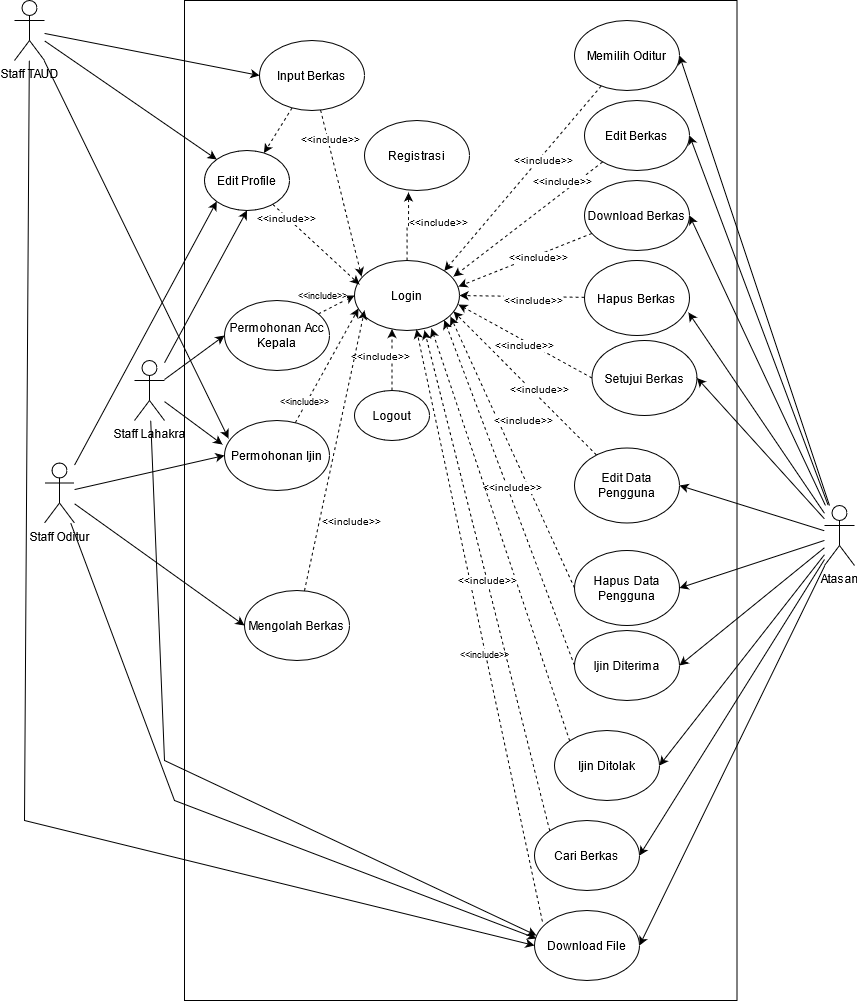
Earlier version of the draw.io export staff/Use Case Diagram.png (vincent322/Diagram). Source tidied: cells renumbered, new cells last; positions are measured from the earlier drawing's top-left corner, leaving out a move shared by most shapes.
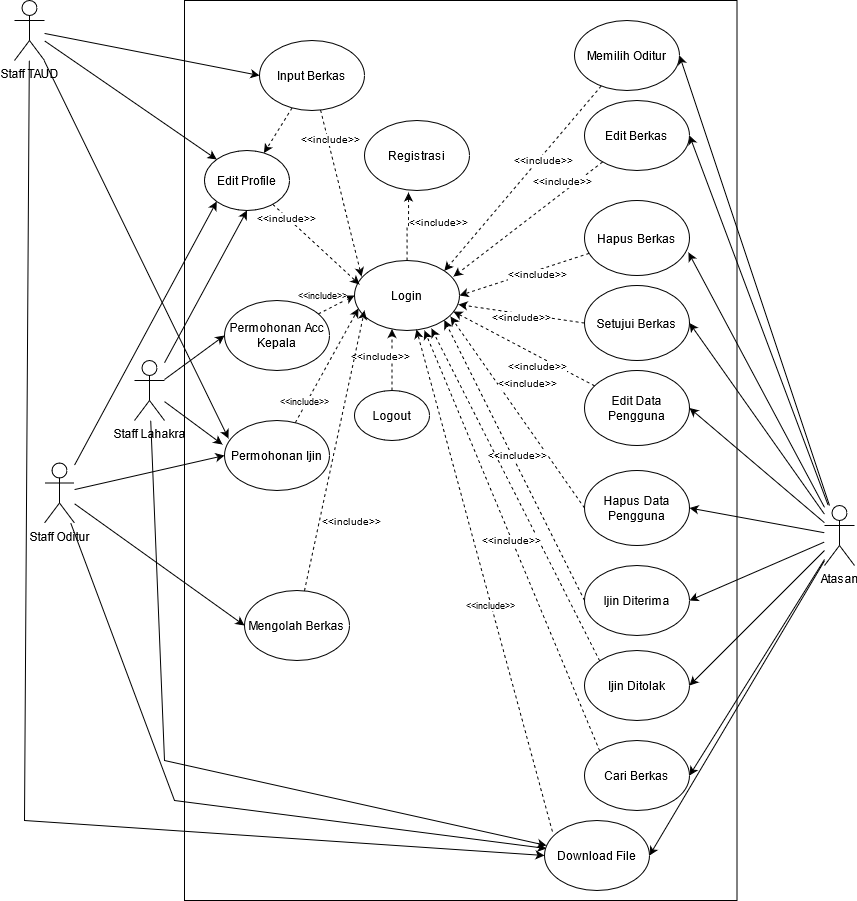
After the change.

Change to the diagram source:
```diff
@@ -3,7 +3,7 @@
     <mxCell id="0" />
     <mxCell id="1" parent="0" />
     <mxCell id="2" style="rounded=0;whiteSpace=wrap;html=1;" parent="1" vertex="1">
-      <mxGeometry x="170" width="552.5" height="1000" as="geometry" />
+      <mxGeometry x="170" width="552.5" height="900" as="geometry" />
     </mxCell>
     <mxCell id="3" style="edgeStyle=none;rounded=0;jettySize=auto;html=1;entryX=0;entryY=0.5;entryDx=0;entryDy=0;fontSize=10;" parent="1" edge="1" source="7" target="37">
       <mxGeometry relative="1" as="geometry" />
@@ -49,9 +49,6 @@
     <mxCell id="14" style="edgeStyle=none;rounded=0;jettySize=auto;html=1;entryX=1;entryY=0.5;entryDx=0;entryDy=0;fontSize=10;" parent="1" edge="1" source="24" target="48">
       <mxGeometry relative="1" as="geometry" />
     </mxCell>
-    <mxCell id="15" style="edgeStyle=none;rounded=0;jettySize=auto;html=1;entryX=1;entryY=0.5;entryDx=0;entryDy=0;fontSize=10;" parent="1" edge="1" source="24" target="73">
-      <mxGeometry relative="1" as="geometry" />
-    </mxCell>
     <mxCell id="16" style="edgeStyle=none;rounded=0;jettySize=auto;html=1;entryX=0.99;entryY=0.693;entryDx=0;entryDy=0;entryPerimeter=0;fontSize=10;" parent="1" edge="1" source="24" target="50">
       <mxGeometry relative="1" as="geometry" />
     </mxCell>
@@ -171,13 +168,13 @@
       <mxGeometry x="-0.2" y="4" relative="1" as="geometry" />
     </mxCell>
     <mxCell id="50" value="Hapus Berkas" style="ellipse;whiteSpace=wrap;html=1;" parent="1" vertex="1">
-      <mxGeometry x="570" y="260" width="105" height="75" as="geometry" />
+      <mxGeometry x="570" y="200" width="105" height="75" as="geometry" />
     </mxCell>
     <mxCell id="51" value="&amp;lt;&amp;lt;include&amp;gt;&amp;gt;" style="edgeStyle=none;rounded=0;jettySize=auto;html=1;exitX=0;exitY=0.5;exitDx=0;exitDy=0;dashed=1;fontSize=10;entryX=0.99;entryY=0.629;entryDx=0;entryDy=0;entryPerimeter=0;" parent="1" edge="1" source="52" target="31">
       <mxGeometry x="-0.01" y="4" relative="1" as="geometry" />
     </mxCell>
     <mxCell id="52" value="Setujui Berkas" style="ellipse;whiteSpace=wrap;html=1;" parent="1" vertex="1">
-      <mxGeometry x="577.5" y="340" width="105" height="75" as="geometry" />
+      <mxGeometry x="570" y="285" width="105" height="75" as="geometry" />
     </mxCell>
     <mxCell id="53" style="edgeStyle=none;rounded=0;jettySize=auto;html=1;entryX=0.59;entryY=0.986;entryDx=0;entryDy=0;entryPerimeter=0;fontSize=9;exitX=0.075;exitY=0.158;exitDx=0;exitDy=0;exitPerimeter=0;dashed=1;" parent="1" edge="1" source="55" target="31">
       <mxGeometry relative="1" as="geometry" />
@@ -186,7 +183,7 @@
       <mxGeometry x="-0.09" y="1" relative="1" as="geometry" />
     </mxCell>
     <mxCell id="55" value="Download File" style="ellipse;whiteSpace=wrap;html=1;" parent="1" vertex="1">
-      <mxGeometry x="520" y="910" width="105" height="70" as="geometry" />
+      <mxGeometry x="530" y="820" width="105" height="70" as="geometry" />
     </mxCell>
     <mxCell id="56" style="edgeStyle=none;rounded=0;jettySize=auto;html=1;dashed=1;fontSize=10;entryX=0.943;entryY=0.729;entryDx=0;entryDy=0;entryPerimeter=0;" parent="1" edge="1" source="58" target="31">
       <mxGeometry relative="1" as="geometry" />
@@ -197,7 +194,7 @@
       </mxGeometry>
     </mxCell>
     <mxCell id="58" value="Edit Data Pengguna" style="ellipse;whiteSpace=wrap;html=1;" parent="1" vertex="1">
-      <mxGeometry x="560" y="447.5" width="105" height="75" as="geometry" />
+      <mxGeometry x="570" y="370" width="105" height="75" as="geometry" />
     </mxCell>
     <mxCell id="59" style="edgeStyle=none;rounded=0;jettySize=auto;html=1;exitX=0;exitY=0.5;exitDx=0;exitDy=0;entryX=0.914;entryY=0.8;entryDx=0;entryDy=0;dashed=1;fontSize=10;entryPerimeter=0;" parent="1" edge="1" source="61" target="31">
       <mxGeometry relative="1" as="geometry" />
@@ -208,19 +205,19 @@
       </mxGeometry>
     </mxCell>
     <mxCell id="61" value="Hapus Data Pengguna" style="ellipse;whiteSpace=wrap;html=1;" parent="1" vertex="1">
-      <mxGeometry x="560" y="550" width="105" height="75" as="geometry" />
+      <mxGeometry x="570" y="470" width="105" height="75" as="geometry" />
     </mxCell>
     <mxCell id="62" value="&amp;lt;&amp;lt;include&amp;gt;&amp;gt;" style="edgeStyle=none;rounded=0;jettySize=auto;html=1;exitX=0;exitY=0.5;exitDx=0;exitDy=0;dashed=1;fontSize=10;entryX=1;entryY=1;entryDx=0;entryDy=0;" parent="1" edge="1" source="63" target="31">
       <mxGeometry x="0.02" y="-5" relative="1" as="geometry" />
     </mxCell>
     <mxCell id="63" value="Ijin Diterima" style="ellipse;whiteSpace=wrap;html=1;" parent="1" vertex="1">
-      <mxGeometry x="560" y="630" width="105" height="70" as="geometry" />
+      <mxGeometry x="570" y="565" width="105" height="70" as="geometry" />
     </mxCell>
     <mxCell id="64" style="edgeStyle=none;rounded=0;jettySize=auto;html=1;dashed=1;entryX=0.733;entryY=0.971;entryDx=0;entryDy=0;entryPerimeter=0;exitX=0;exitY=0;exitDx=0;exitDy=0;" parent="1" edge="1" source="65" target="31">
       <mxGeometry relative="1" as="geometry" />
     </mxCell>
     <mxCell id="65" value="Ijin Ditolak" style="ellipse;whiteSpace=wrap;html=1;" parent="1" vertex="1">
-      <mxGeometry x="540" y="730" width="105" height="70" as="geometry" />
+      <mxGeometry x="570" y="650" width="105" height="70" as="geometry" />
     </mxCell>
     <mxCell id="66" style="edgeStyle=none;rounded=0;jettySize=auto;html=1;entryX=0.048;entryY=0.343;entryDx=0;entryDy=0;entryPerimeter=0;dashed=1;fontSize=10;" parent="1" edge="1" source="68" target="31">
       <mxGeometry relative="1" as="geometry" />
@@ -237,17 +234,8 @@
       </mxGeometry>
     </mxCell>
     <mxCell id="70" value="Cari Berkas" style="ellipse;whiteSpace=wrap;html=1;" parent="1" vertex="1">
-      <mxGeometry x="520" y="820" width="105" height="70" as="geometry" />
+      <mxGeometry x="570" y="740" width="105" height="70" as="geometry" />
     </mxCell>
-    <mxCell id="71" style="edgeStyle=none;rounded=0;jettySize=auto;html=1;entryX=0.99;entryY=0.371;entryDx=0;entryDy=0;entryPerimeter=0;dashed=1;fontSize=10;" parent="1" edge="1" source="73" target="31">
-      <mxGeometry relative="1" as="geometry" />
-    </mxCell>
-    <mxCell id="72" value="&amp;lt;&amp;lt;include&amp;gt;&amp;gt;" style="edgeLabel;html=1;align=center;verticalAlign=middle;fontSize=10;" parent="71" vertex="1">
-      <mxGeometry x="-0.18" y="2" relative="1" as="geometry" />
-    </mxCell>
-    <mxCell id="73" value="Download Berkas" style="ellipse;whiteSpace=wrap;html=1;" parent="1" vertex="1">
-      <mxGeometry x="570" y="180" width="105" height="70" as="geometry" />
-    </mxCell>
     <mxCell id="74" style="edgeStyle=none;rounded=0;jettySize=auto;html=1;entryX=0.038;entryY=0.686;entryDx=0;entryDy=0;entryPerimeter=0;fontSize=9;dashed=1;" parent="1" edge="1" source="76" target="31">
       <mxGeometry relative="1" as="geometry" />
     </mxCell>
```
